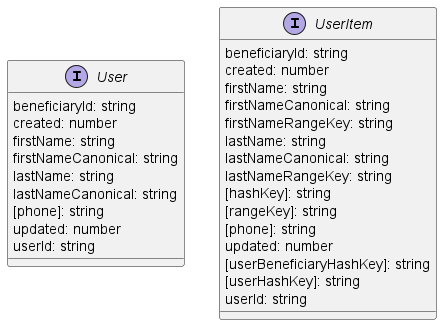
Above: assets/user-types.png in karmaniverous/entity-manager-demo (PlantUML), before the change. The source it was exported from:
```plantuml
@startuml user-types

skinparam classAttributeIconSize 0

interface User {
    {field} beneficiaryId: string
    {field} created: number
    {field} firstName: string
    {field} firstNameCanonical: string
    {field} lastName: string
    {field} lastNameCanonical: string
    {field} [phone]: string
    {field} updated: number
    {field} userId: string
}

interface UserItem {
    {field} beneficiaryId: string
    {field} created: number
    {field} firstName: string
    {field} firstNameCanonical: string
    {field} firstNameRangeKey: string
    {field} lastName: string
    {field} lastNameCanonical: string
    {field} lastNameRangeKey: string
    {field} [hashKey]: string
    {field} [rangeKey]: string
    {field} [phone]: string
    {field} updated: number
    {field} [userBeneficiaryHashKey]: string
    {field} [userHashKey]: string
    {field} userId: string
}

@enduml
```
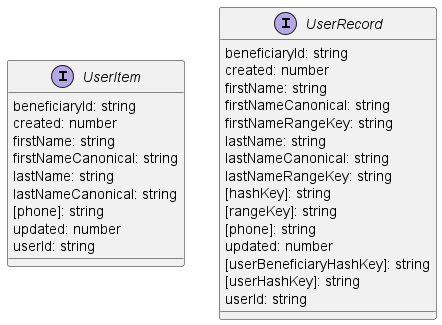
After the change.

The edit, as a diff of the source:
```diff
@@ -2,7 +2,7 @@
 
 skinparam classAttributeIconSize 0
 
-interface User {
+interface UserItem {
     {field} beneficiaryId: string
     {field} created: number
     {field} firstName: string
@@ -14,7 +14,7 @@
     {field} userId: string
 }
 
-interface UserItem {
+interface UserRecord {
     {field} beneficiaryId: string
     {field} created: number
     {field} firstName: string
```
